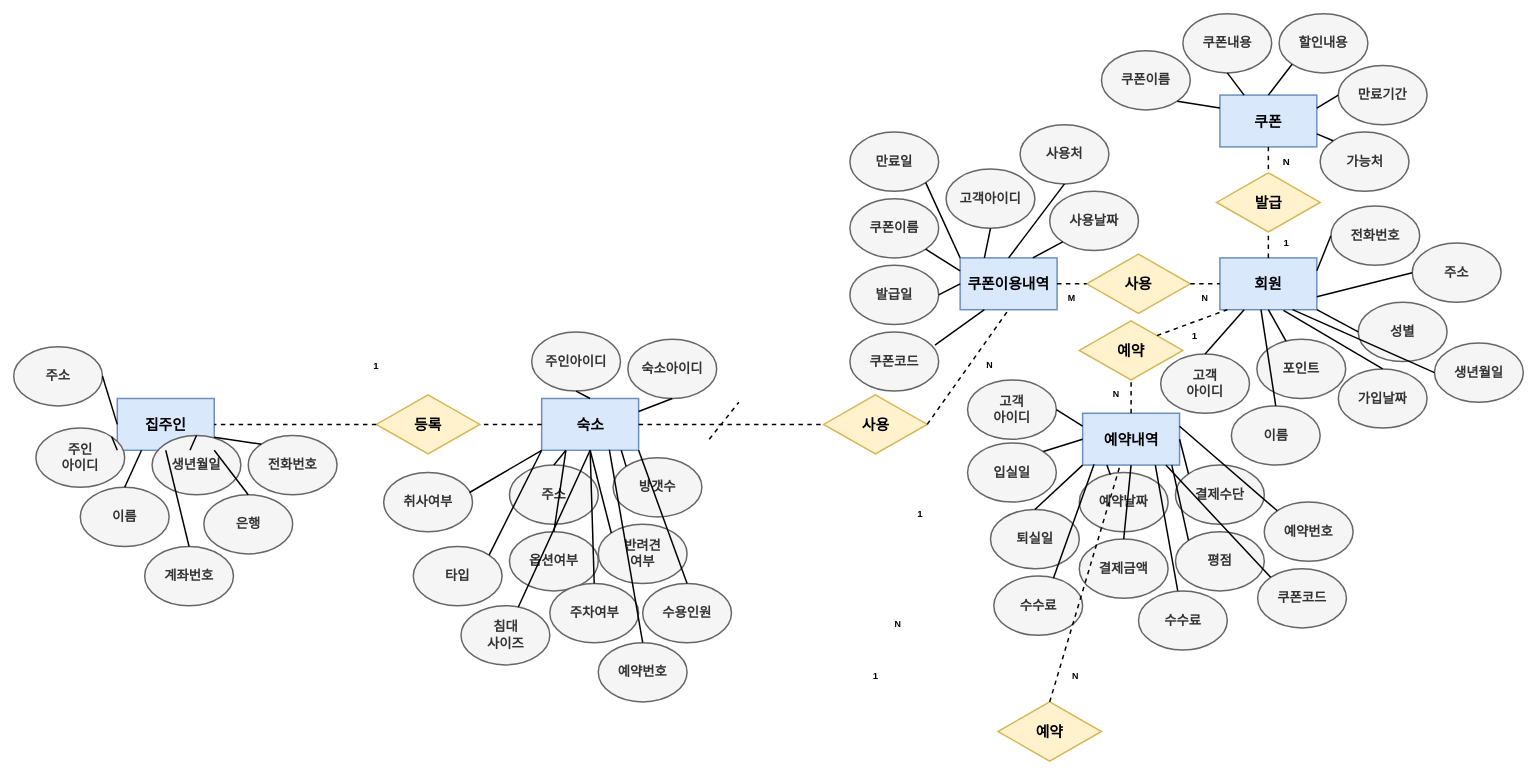
This is 제목 없는 다이어그램.drawio from bibi-boop/test, a draw.io file, before an edit. Source tidied: cells renumbered, new cells numbered last; positions are measured from the earlier drawing's top-left corner, leaving out a move shared by most shapes. Both pictures are drawn from the tidied source at 74%, with x=0, y=0 at pixel (13, 13).
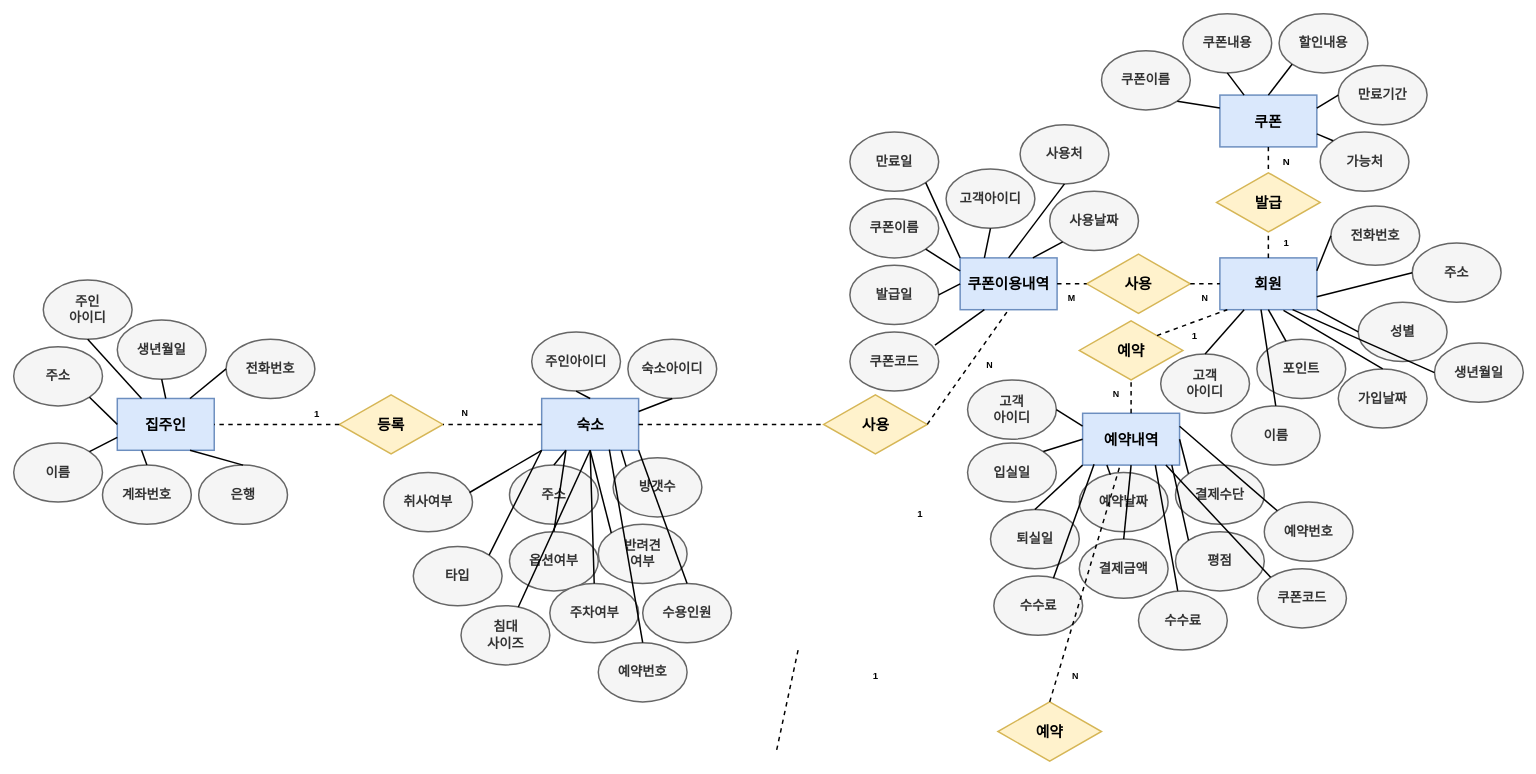
The same page after the edit.

Commit message (it also covers changes not shown here):
제목 없는 다이어그램.drawio 업데이트

The change refers to these unchanged cells:
```xml
<mxCell id="6" value="&lt;b&gt;집주인&lt;/b&gt;" style="rounded=0;whiteSpace=wrap;html=1;fillColor=#dae8fc;strokeColor=#6c8ebf;strokeWidth=2;fontSize=20;" parent="1" vertex="1">
  <mxGeometry x="140" y="520" width="131" height="70" as="geometry" />
</mxCell>
<mxCell id="122" value="주소" style="ellipse;whiteSpace=wrap;html=1;fillColor=#f5f5f5;fontColor=#333333;strokeColor=#666666;strokeWidth=2;fontSize=18;fontStyle=1;" parent="1" vertex="1">
  <mxGeometry y="450" width="120" height="80" as="geometry" />
</mxCell>
```

The edit, as a diff of the source:
```diff
@@
     <mxCell id="2" value="등록" style="rhombus;whiteSpace=wrap;html=1;strokeWidth=2;fontSize=20;fontStyle=1;fillColor=#fff2cc;strokeColor=#d6b656;" parent="1" vertex="1">
-      <mxGeometry x="490" y="515" width="140" height="80" as="geometry" />
+      <mxGeometry x="440" y="515" width="140" height="80" as="geometry" />
     </mxCell>
@@
     <mxCell id="66" value="1" style="text;html=1;align=center;verticalAlign=middle;whiteSpace=wrap;rounded=0;fontStyle=1;fontSize=13;" parent="1" vertex="1">
-      <mxGeometry x="460" y="460" width="60" height="30" as="geometry" />
+      <mxGeometry x="380" y="525" width="60" height="30" as="geometry" />
     </mxCell>
     <mxCell id="67" value="N" style="text;html=1;align=center;verticalAlign=middle;whiteSpace=wrap;rounded=0;fontStyle=1;" parent="1" vertex="1">
-      <mxGeometry x="1164.5" y="810" width="60" height="30" as="geometry" />
+      <mxGeometry x="580" y="525" width="60" height="30" as="geometry" />
     </mxCell>
@@
     <mxCell id="119" value="주인&lt;div&gt;아이디&lt;/div&gt;" style="ellipse;whiteSpace=wrap;html=1;fillColor=#f5f5f5;fontColor=#333333;strokeColor=#666666;strokeWidth=2;fontSize=18;fontStyle=1;" parent="1" vertex="1">
-      <mxGeometry x="30" y="560" width="120" height="80" as="geometry" />
+      <mxGeometry x="40" y="360" width="120" height="80" as="geometry" />
     </mxCell>
     <mxCell id="120" value="이름" style="ellipse;whiteSpace=wrap;html=1;fillColor=#f5f5f5;fontColor=#333333;strokeColor=#666666;strokeWidth=2;fontSize=18;fontStyle=1;" parent="1" vertex="1">
-      <mxGeometry x="90" y="640" width="120" height="80" as="geometry" />
+      <mxGeometry y="580" width="120" height="80" as="geometry" />
     </mxCell>
     <mxCell id="121" value="생년월일" style="ellipse;whiteSpace=wrap;html=1;fillColor=#f5f5f5;fontColor=#333333;strokeColor=#666666;strokeWidth=2;fontSize=18;fontStyle=1;" parent="1" vertex="1">
-      <mxGeometry x="187" y="570" width="120" height="80" as="geometry" />
+      <mxGeometry x="140" y="414" width="120" height="80" as="geometry" />
     </mxCell>
@@
     <mxCell id="123" value="전화번호" style="ellipse;whiteSpace=wrap;html=1;fillColor=#f5f5f5;fontColor=#333333;strokeColor=#666666;strokeWidth=2;fontSize=18;fontStyle=1;" parent="1" vertex="1">
-      <mxGeometry x="317" y="570" width="120" height="80" as="geometry" />
+      <mxGeometry x="287" y="440" width="120" height="80" as="geometry" />
     </mxCell>
     <mxCell id="124" value="은행" style="ellipse;whiteSpace=wrap;html=1;fillColor=#f5f5f5;fontColor=#333333;strokeColor=#666666;strokeWidth=2;fontSize=18;fontStyle=1;" parent="1" vertex="1">
-      <mxGeometry x="257" y="650" width="120" height="80" as="geometry" />
+      <mxGeometry x="250" y="610" width="120" height="80" as="geometry" />
     </mxCell>
     <mxCell id="125" value="계좌번호" style="ellipse;whiteSpace=wrap;html=1;fillColor=#f5f5f5;fontColor=#333333;strokeColor=#666666;strokeWidth=2;fontSize=18;fontStyle=1;" parent="1" vertex="1">
-      <mxGeometry x="177" y="720" width="120" height="80" as="geometry" />
+      <mxGeometry x="120" y="610" width="120" height="80" as="geometry" />
     </mxCell>
-    <mxCell id="126" style="endArrow=none;html=1;rounded=0;strokeWidth=2;entryX=1;entryY=0;entryDx=0;entryDy=0;exitX=0;exitY=1;exitDx=0;exitDy=0;" parent="1" edge="1" source="6" target="119">
+    <mxCell id="126" style="endArrow=none;html=1;rounded=0;strokeWidth=2;exitX=0.25;exitY=0;exitDx=0;exitDy=0;entryX=0.5;entryY=1;entryDx=0;entryDy=0;" parent="1" edge="1" source="6" target="119">
       <mxGeometry relative="1" as="geometry" />
     </mxCell>
-    <mxCell id="127" style="endArrow=none;html=1;rounded=0;strokeWidth=2;entryX=0.5;entryY=0;entryDx=0;entryDy=0;exitX=0.75;exitY=1;exitDx=0;exitDy=0;" parent="1" edge="1" source="6" target="121">
+    <mxCell id="127" style="endArrow=none;html=1;rounded=0;strokeWidth=2;entryX=0.5;entryY=1;entryDx=0;entryDy=0;exitX=0.5;exitY=0;exitDx=0;exitDy=0;" parent="1" edge="1" source="6" target="121">
       <mxGeometry relative="1" as="geometry" />
     </mxCell>
-    <mxCell id="128" style="endArrow=none;html=1;rounded=0;strokeWidth=2;entryX=1;entryY=0.5;entryDx=0;entryDy=0;exitX=0;exitY=0.5;exitDx=0;exitDy=0;" parent="1" edge="1" source="6" target="122">
+    <mxCell id="128" style="endArrow=none;html=1;rounded=0;strokeWidth=2;entryX=1;entryY=1;entryDx=0;entryDy=0;exitX=0;exitY=0.5;exitDx=0;exitDy=0;" parent="1" edge="1" source="6" target="122">
       <mxGeometry relative="1" as="geometry" />
     </mxCell>
-    <mxCell id="129" style="endArrow=none;html=1;rounded=0;strokeWidth=2;entryX=0;entryY=0;entryDx=0;entryDy=0;exitX=1;exitY=0.75;exitDx=0;exitDy=0;" parent="1" edge="1" source="6" target="123">
+    <mxCell id="129" style="endArrow=none;html=1;rounded=0;strokeWidth=2;entryX=0;entryY=0.5;entryDx=0;entryDy=0;exitX=0.75;exitY=0;exitDx=0;exitDy=0;" parent="1" edge="1" source="6" target="123">
       <mxGeometry relative="1" as="geometry" />
     </mxCell>
-    <mxCell id="130" style="endArrow=none;html=1;rounded=0;strokeWidth=2;entryX=0.5;entryY=0;entryDx=0;entryDy=0;exitX=0.25;exitY=1;exitDx=0;exitDy=0;" parent="1" edge="1" source="6" target="120">
+    <mxCell id="130" style="endArrow=none;html=1;rounded=0;strokeWidth=2;entryX=1;entryY=0;entryDx=0;entryDy=0;exitX=0;exitY=0.75;exitDx=0;exitDy=0;" parent="1" edge="1" source="6" target="120">
       <mxGeometry relative="1" as="geometry" />
     </mxCell>
-    <mxCell id="131" style="endArrow=none;html=1;rounded=0;strokeWidth=2;entryX=0.5;entryY=0;entryDx=0;entryDy=0;exitX=0.5;exitY=1;exitDx=0;exitDy=0;" parent="1" edge="1" source="6" target="125">
+    <mxCell id="131" style="endArrow=none;html=1;rounded=0;strokeWidth=2;entryX=0.5;entryY=0;entryDx=0;entryDy=0;exitX=0.25;exitY=1;exitDx=0;exitDy=0;" parent="1" edge="1" source="6" target="125">
       <mxGeometry relative="1" as="geometry" />
     </mxCell>
-    <mxCell id="132" style="endArrow=none;html=1;rounded=0;strokeWidth=2;entryX=0.5;entryY=0;entryDx=0;entryDy=0;exitX=1;exitY=1;exitDx=0;exitDy=0;" parent="1" edge="1" source="6" target="124">
+    <mxCell id="132" style="endArrow=none;html=1;rounded=0;strokeWidth=2;entryX=0.5;entryY=0;entryDx=0;entryDy=0;exitX=0.75;exitY=1;exitDx=0;exitDy=0;" parent="1" edge="1" source="6" target="124">
       <mxGeometry relative="1" as="geometry" />
     </mxCell>
@@
     <mxCell id="135" style="endArrow=none;dashed=1;html=1;rounded=0;fontStyle=1;strokeWidth=2;" parent="1" edge="1">
       <mxGeometry relative="1" as="geometry">
-        <mxPoint x="940" y="575" as="sourcePoint" />
-        <mxPoint x="980" y="525" as="targetPoint" />
+        <mxPoint x="1060" y="860" as="sourcePoint" />
+        <mxPoint x="1030" y="1000" as="targetPoint" />
       </mxGeometry>
     </mxCell>
```
